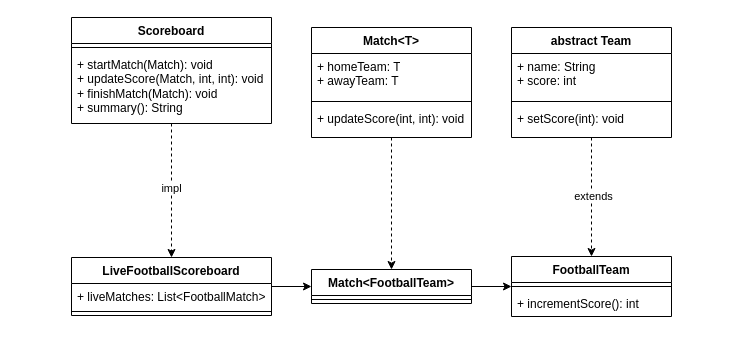
The draw.io diagram docs/uml_diagram.drawio in YauheniShyroki/live-football-world-cup-score-board, before the edit. Source tidied: cells renumbered, new cells numbered last; positions are measured from the earlier drawing's top-left corner, leaving out a move shared by most shapes. Both pictures are drawn from the tidied source at 100%, with x=0, y=0 at pixel (71, 17).
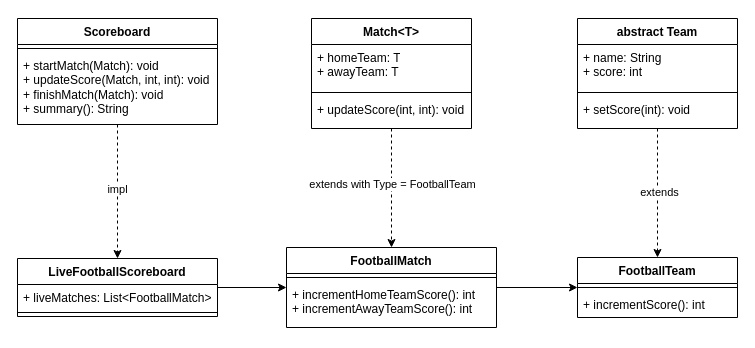
Above is the later version.

Commit message (it also covers changes not shown here):
All initial test are written. README file is updated with requirements, uml and assumptions

Change to the diagram source:
```diff
@@
     <mxCell id="4" value="Scoreboard" style="swimlane;fontStyle=1;align=center;verticalAlign=top;horizontal=1;startSize=26;whiteSpace=wrap;html=1;" parent="1" vertex="1">
-      <mxGeometry width="200" height="106" as="geometry" />
+      <mxGeometry x="-54" y="1" width="200" height="106" as="geometry" />
     </mxCell>
@@
     <mxCell id="9" value="abstract Team" style="swimlane;fontStyle=1;align=center;verticalAlign=top;horizontal=1;startSize=26;whiteSpace=wrap;html=1;" parent="1" vertex="1">
-      <mxGeometry x="440" y="10" width="160" height="110" as="geometry" />
+      <mxGeometry x="506" y="1" width="160" height="110" as="geometry" />
     </mxCell>
@@
-    <mxCell id="13" style="edgeStyle=orthogonalEdgeStyle;rounded=0;jettySize=auto;html=1;" parent="1" edge="1" source="14" target="18">
-      <mxGeometry relative="1" as="geometry" />
-    </mxCell>
+    <mxCell id="28" style="edgeStyle=orthogonalEdgeStyle;rounded=0;jettySize=auto;html=1;" parent="1" edge="1" source="14" target="31">
+      <mxGeometry relative="1" as="geometry" />
+    </mxCell>
     <mxCell id="14" value="LiveFootballScoreboard" style="swimlane;fontStyle=1;align=center;verticalAlign=top;horizontal=1;startSize=26;whiteSpace=wrap;html=1;" parent="1" vertex="1">
-      <mxGeometry y="240" width="200" height="58" as="geometry" />
+      <mxGeometry x="-54" y="241" width="200" height="58" as="geometry" />
     </mxCell>
@@
-    <mxCell id="17" style="edgeStyle=orthogonalEdgeStyle;rounded=0;jettySize=auto;html=1;" parent="1" edge="1" source="18" target="20">
-      <mxGeometry relative="1" as="geometry" />
-    </mxCell>
-    <mxCell id="18" value="Match&amp;lt;FootballTeam&amp;gt;" style="swimlane;fontStyle=1;align=center;verticalAlign=top;horizontal=1;startSize=26;whiteSpace=wrap;html=1;" parent="1" vertex="1">
-      <mxGeometry x="240" y="252" width="160" height="34" as="geometry" />
-    </mxCell>
-    <mxCell id="19" style="line;strokeWidth=1;fillColor=none;align=left;verticalAlign=middle;spacingTop=-1;spacingLeft=3;spacingRight=3;labelPosition=right;strokeColor=inherit;" parent="18" vertex="1">
-      <mxGeometry y="26" width="160" height="8" as="geometry" />
-    </mxCell>
     <mxCell id="20" value="FootballTeam" style="swimlane;fontStyle=1;align=center;verticalAlign=top;horizontal=1;startSize=26;whiteSpace=wrap;html=1;" parent="1" vertex="1">
-      <mxGeometry x="440" y="239" width="160" height="60" as="geometry" />
+      <mxGeometry x="506" y="240" width="160" height="60" as="geometry" />
     </mxCell>
@@
-    <mxCell id="23" style="edgeStyle=orthogonalEdgeStyle;rounded=0;jettySize=auto;html=1;dashed=1;" parent="1" edge="1" source="24" target="18">
+    <mxCell id="23" style="edgeStyle=orthogonalEdgeStyle;rounded=0;jettySize=auto;html=1;dashed=1;" parent="1" edge="1" source="24" target="31">
       <mxGeometry relative="1" as="geometry" />
     </mxCell>
+    <mxCell id="29" value="extends with Type = FootballTeam" style="edgeLabel;html=1;align=center;verticalAlign=middle;" parent="23" vertex="1">
+      <mxGeometry x="-0.08" relative="1" as="geometry" />
+    </mxCell>
     <mxCell id="24" value="Match&amp;lt;T&amp;gt;" style="swimlane;fontStyle=1;align=center;verticalAlign=top;horizontal=1;startSize=26;whiteSpace=wrap;html=1;" parent="1" vertex="1">
-      <mxGeometry x="240" y="10" width="160" height="110" as="geometry" />
+      <mxGeometry x="240" y="1" width="160" height="110" as="geometry" />
     </mxCell>
@@
+    <mxCell id="30" style="edgeStyle=orthogonalEdgeStyle;rounded=0;jettySize=auto;html=1;" parent="1" edge="1" source="31" target="20">
+      <mxGeometry relative="1" as="geometry" />
+    </mxCell>
+    <mxCell id="31" value="FootballMatch" style="swimlane;fontStyle=1;align=center;verticalAlign=top;horizontal=1;startSize=26;whiteSpace=wrap;html=1;" parent="1" vertex="1">
+      <mxGeometry x="215" y="230" width="210" height="80" as="geometry" />
+    </mxCell>
+    <mxCell id="32" style="line;strokeWidth=1;fillColor=none;align=left;verticalAlign=middle;spacingTop=-1;spacingLeft=3;spacingRight=3;labelPosition=right;strokeColor=inherit;" parent="31" vertex="1">
+      <mxGeometry y="26" width="210" height="8" as="geometry" />
+    </mxCell>
+    <mxCell id="33" value="+&amp;nbsp;incrementHomeTeamScore&lt;span style=&quot;background-color: initial;&quot;&gt;(): int&lt;br&gt;&lt;/span&gt;+ incrementAwayTeamScore(): int" style="text;strokeColor=none;fillColor=none;align=left;verticalAlign=top;spacingLeft=4;spacingRight=4;overflow=hidden;whiteSpace=wrap;html=1;" parent="31" vertex="1">
+      <mxGeometry y="34" width="210" height="46" as="geometry" />
+    </mxCell>
```
